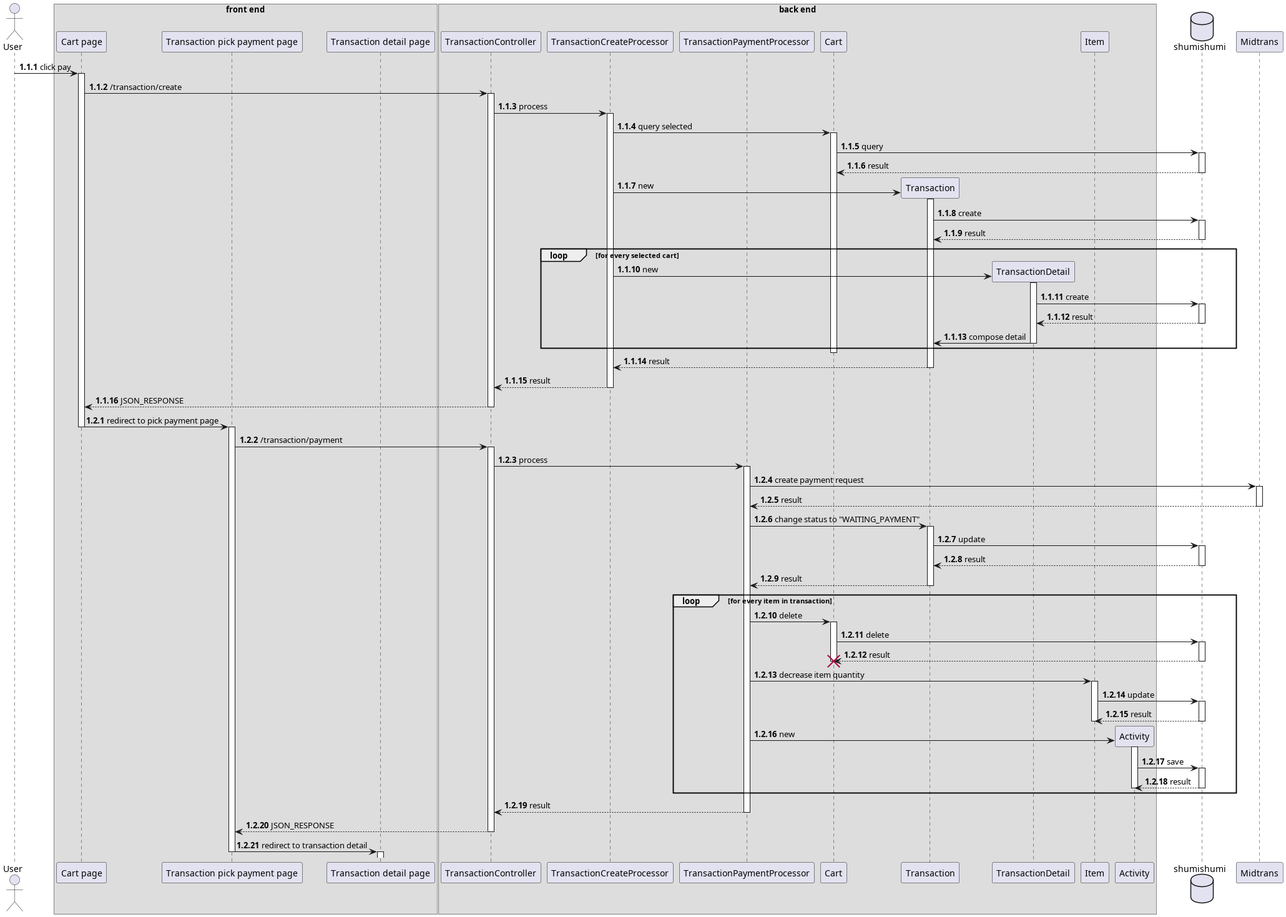
Above: thesis/latex/diagram/sequence diagram/15. transaction/create transaction/create transaction.png in aldihsuhandi/skripsi-2023 (PlantUML), before the change. The source it was exported from:
```plantuml
@startuml create transaction
autonumber 1.1.1

actor User as u

box "front end"
participant "Cart page" as cart
participant "Transaction pick payment page" as trxpay
participant "Transaction detail page" as trxdetail
end box

box "back end"
participant "TransactionController" as trxc

participant "TransactionCreateProcessor" as trxcreate
participant "TransactionPaymentProcessor" as payproc

participant "Cart" as cm
participant "Transaction" as trxm
participant "TransactionDetail" as trxdm

participant "Item" as im
participant "Activity" as am
end box

database shumishumi as db

participant Midtrans as mt

u -> cart++ : click pay
cart -> trxc++ : /transaction/create
trxc -> trxcreate++ : process

trxcreate -> cm++ : query selected
cm -> db++ : query
return result

create trxm
trxcreate -> trxm++ : new
trxm -> db++ : create
return result

loop for every selected cart
    create trxdm
    trxcreate -> trxdm++ : new
    trxdm -> db++ : create
    return result
    trxdm -> trxm --: compose detail
end

deactivate cm

trxm --> trxcreate --: result
return result
return JSON_RESPONSE

autonumber inc b
cart -> trxpay --++ : redirect to pick payment page
trxpay -> trxc++ : /transaction/payment
trxc -> payproc++ : process

payproc -> mt++ : create payment request
return result

payproc -> trxm++ : change status to "WAITING_PAYMENT"
trxm -> db++ : update
return result
return result

loop for every item in transaction
    payproc -> cm++ : delete
    cm -> db++ : delete
    return result
    deactivate cm
    destroy cm

    payproc -> im++ : decrease item quantity
    im -> db++ : update
    return result
    deactivate im

    create am
    payproc -> am++ : new
    am -> db++ : save
    return result
    deactivate am
end

return result
return JSON_RESPONSE

trxpay -> trxdetail --++ : redirect to transaction detail


@enduml
```
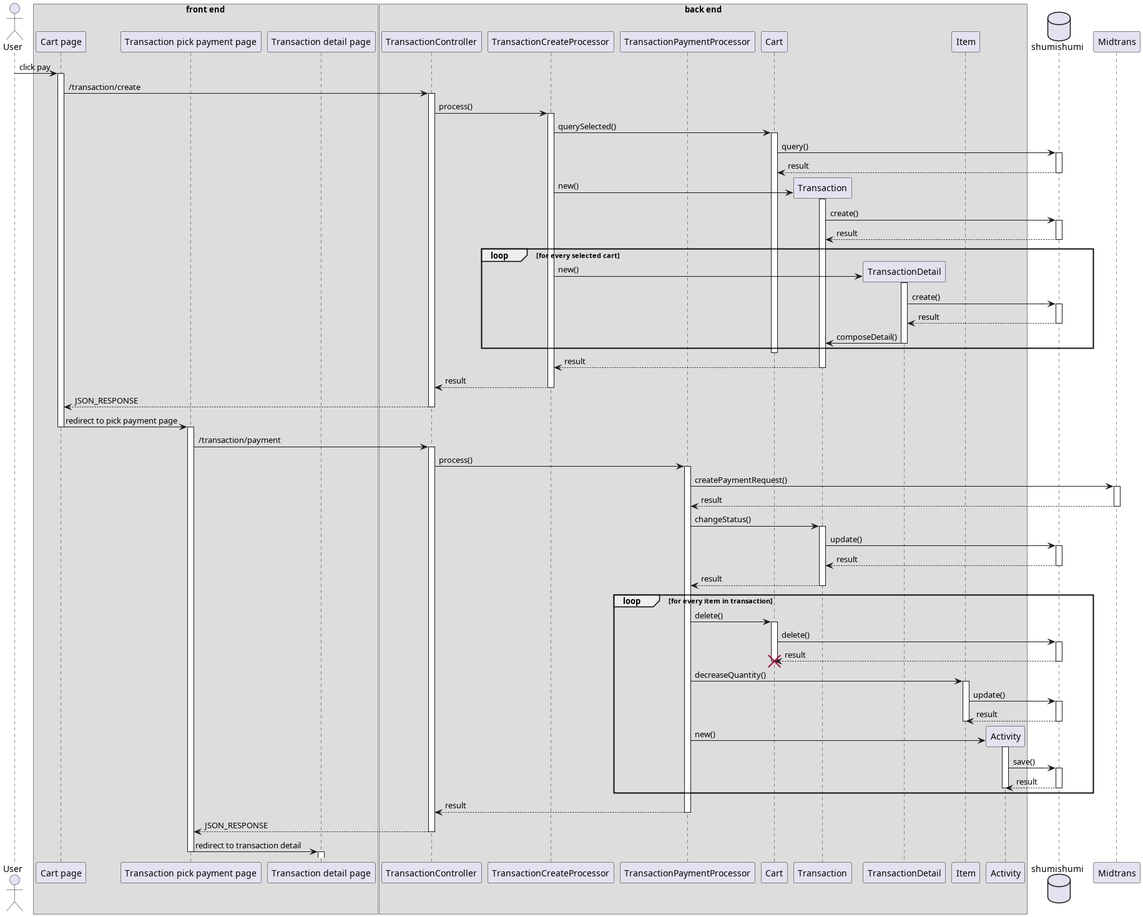
Later version of the same file.

Change to the diagram source:
```diff
@@ -1,5 +1,4 @@
 @startuml create transaction
-autonumber 1.1.1
 
 actor User as u
 
@@ -29,23 +28,23 @@
 
 u -> cart++ : click pay
 cart -> trxc++ : /transaction/create
-trxc -> trxcreate++ : process
+trxc -> trxcreate++ : process()
 
-trxcreate -> cm++ : query selected
-cm -> db++ : query
+trxcreate -> cm++ : querySelected()
+cm -> db++ : query()
 return result
 
 create trxm
-trxcreate -> trxm++ : new
-trxm -> db++ : create
+trxcreate -> trxm++ : new()
+trxm -> db++ : create()
 return result
 
 loop for every selected cart
     create trxdm
-    trxcreate -> trxdm++ : new
-    trxdm -> db++ : create
+    trxcreate -> trxdm++ : new()
+    trxdm -> db++ : create()
     return result
-    trxdm -> trxm --: compose detail
+    trxdm -> trxm --: composeDetail()
 end
 
 deactivate cm
@@ -54,34 +53,33 @@
 return result
 return JSON_RESPONSE
 
-autonumber inc b
 cart -> trxpay --++ : redirect to pick payment page
 trxpay -> trxc++ : /transaction/payment
-trxc -> payproc++ : process
+trxc -> payproc++ : process()
 
-payproc -> mt++ : create payment request
+payproc -> mt++ : createPaymentRequest()
 return result
 
-payproc -> trxm++ : change status to "WAITING_PAYMENT"
-trxm -> db++ : update
+payproc -> trxm++ : changeStatus()
+trxm -> db++ : update()
 return result
 return result
 
 loop for every item in transaction
-    payproc -> cm++ : delete
-    cm -> db++ : delete
+    payproc -> cm++ : delete()
+    cm -> db++ : delete()
     return result
     deactivate cm
     destroy cm
 
-    payproc -> im++ : decrease item quantity
-    im -> db++ : update
+    payproc -> im++ : decreaseQuantity()
+    im -> db++ : update()
     return result
     deactivate im
 
     create am
-    payproc -> am++ : new
-    am -> db++ : save
+    payproc -> am++ : new()
+    am -> db++ : save()
     return result
     deactivate am
 end
```
